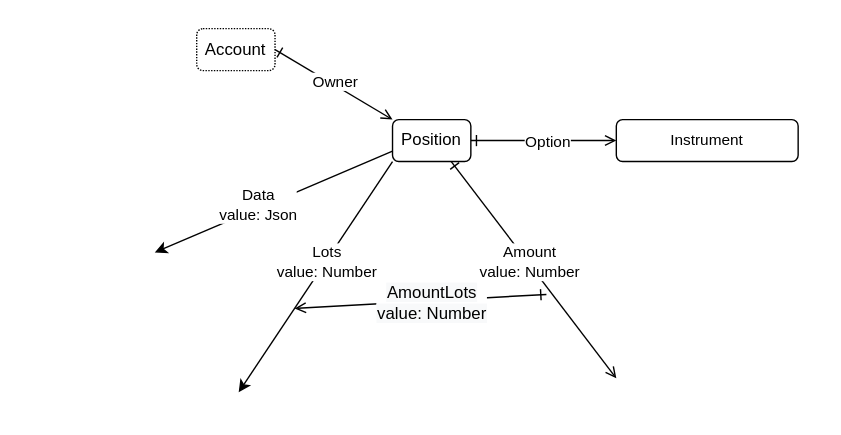
This is src/position/Position.drawio.svg from suenot/deep-tinkoff-invest-api, a draw.io export, as it was before one commit. Source tidied: cells renumbered, new cells last; positions are measured from the earlier drawing's top-left corner, leaving out a move shared by most shapes.
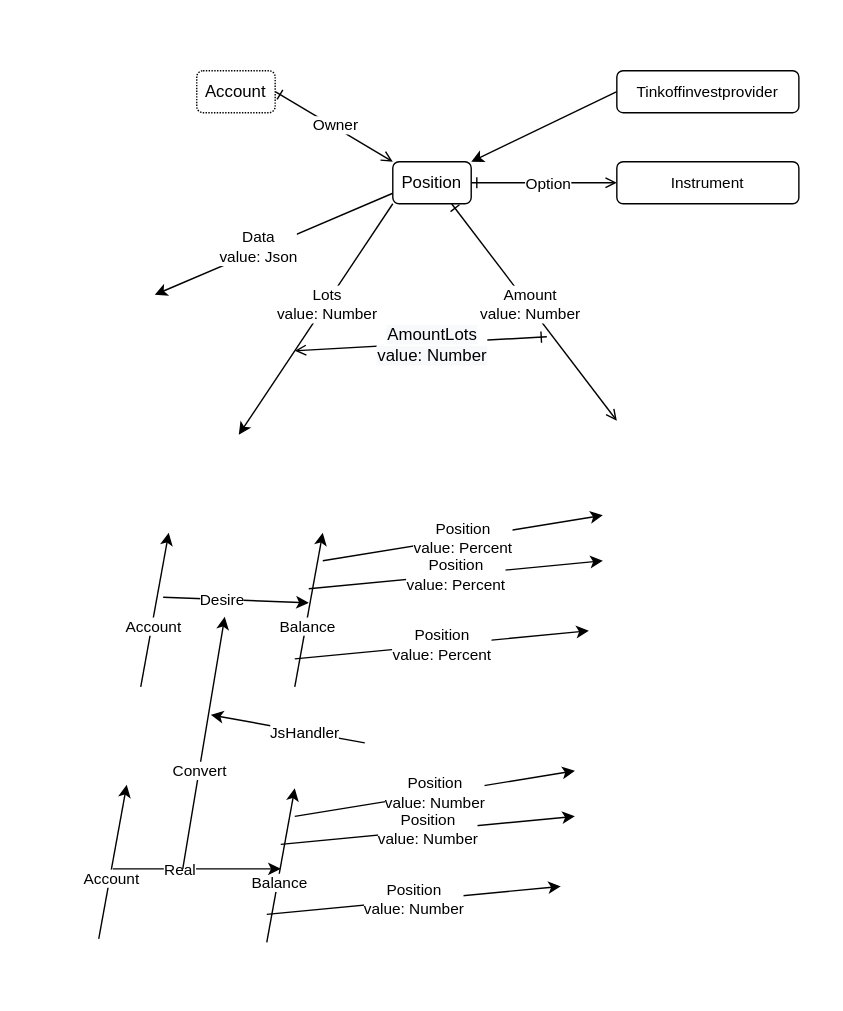
Later version of the same file.

Diff of the diagram source:
```diff
@@ -3,7 +3,7 @@
     <mxCell id="0" />
     <mxCell id="1" parent="0" />
     <mxCell id="2" style="rounded=0;whiteSpace=wrap;html=1;strokeColor=none;" parent="1" vertex="1">
-      <mxGeometry width="600" height="310" as="geometry" />
+      <mxGeometry y="-30" width="600" height="720" as="geometry" />
     </mxCell>
     <mxCell id="3" style="edgeStyle=none;html=1;exitX=1;exitY=0.5;exitDx=0;exitDy=0;startArrow=ERone;startFill=0;entryX=0;entryY=0;entryDx=0;entryDy=0;endArrow=open;endFill=0;" parent="1" edge="1" source="5" target="12">
       <mxGeometry relative="1" as="geometry" />
@@ -59,5 +59,119 @@
     <mxCell id="17" value="&lt;span style=&quot;font-size: 12px ; background-color: rgb(248 , 249 , 250)&quot;&gt;AmountLots&lt;br&gt;value: Number&lt;br&gt;&lt;/span&gt;" style="edgeLabel;html=1;align=center;verticalAlign=middle;" parent="16" vertex="1">
       <mxGeometry x="-0.07" y="1" relative="1" as="geometry" />
     </mxCell>
+    <mxCell id="18" value="Position&lt;br&gt;value: Percent" style="edgeStyle=none;html=1;entryX=0;entryY=0.25;entryDx=0;entryDy=0;" parent="1" edge="1">
+      <mxGeometry relative="1" as="geometry">
+        <mxPoint x="230" y="370" as="sourcePoint" />
+        <mxPoint x="430" y="337.5" as="targetPoint" />
+      </mxGeometry>
+    </mxCell>
+    <mxCell id="19" style="edgeStyle=none;html=1;exitX=0;exitY=0.5;exitDx=0;exitDy=0;entryX=1;entryY=0;entryDx=0;entryDy=0;" parent="1" edge="1" source="20" target="12">
+      <mxGeometry relative="1" as="geometry" />
+    </mxCell>
+    <mxCell id="20" value="&lt;span style=&quot;font-size: 11px ; background-color: rgb(255 , 255 , 255)&quot;&gt;Tinkoffinvestprovider&lt;/span&gt;" style="rounded=1;whiteSpace=wrap;html=1;labelBackgroundColor=none;" parent="1" vertex="1">
+      <mxGeometry x="440" y="20" width="130" height="30" as="geometry" />
+    </mxCell>
+    <mxCell id="21" style="edgeStyle=none;html=1;" parent="1" edge="1">
+      <mxGeometry relative="1" as="geometry">
+        <mxPoint x="116" y="396.1" as="sourcePoint" />
+        <mxPoint x="220" y="400" as="targetPoint" />
+      </mxGeometry>
+    </mxCell>
+    <mxCell id="22" value="Desire" style="edgeLabel;html=1;align=center;verticalAlign=middle;" parent="21" vertex="1">
+      <mxGeometry x="-0.21" relative="1" as="geometry" />
+    </mxCell>
+    <mxCell id="23" style="edgeStyle=none;html=1;" parent="1" edge="1">
+      <mxGeometry relative="1" as="geometry">
+        <mxPoint x="210" y="460" as="sourcePoint" />
+        <mxPoint x="230" y="350" as="targetPoint" />
+      </mxGeometry>
+    </mxCell>
+    <mxCell id="24" value="Balance" style="edgeLabel;html=1;align=center;verticalAlign=middle;" parent="23" vertex="1">
+      <mxGeometry x="-0.21" relative="1" as="geometry" />
+    </mxCell>
+    <mxCell id="25" value="Position&lt;br&gt;value: Percent" style="edgeStyle=none;html=1;" parent="1" edge="1">
+      <mxGeometry relative="1" as="geometry">
+        <mxPoint x="220" y="390" as="sourcePoint" />
+        <mxPoint x="430" y="370" as="targetPoint" />
+      </mxGeometry>
+    </mxCell>
+    <mxCell id="26" value="Position&lt;br&gt;value: Percent" style="edgeStyle=none;html=1;" parent="1" edge="1">
+      <mxGeometry relative="1" as="geometry">
+        <mxPoint x="210" y="440" as="sourcePoint" />
+        <mxPoint x="420" y="420" as="targetPoint" />
+      </mxGeometry>
+    </mxCell>
+    <mxCell id="27" value="Position&lt;br&gt;value: Number" style="edgeStyle=none;html=1;entryX=0;entryY=0.25;entryDx=0;entryDy=0;" parent="1" edge="1">
+      <mxGeometry relative="1" as="geometry">
+        <mxPoint x="210" y="552.5" as="sourcePoint" />
+        <mxPoint x="410" y="520" as="targetPoint" />
+      </mxGeometry>
+    </mxCell>
+    <mxCell id="28" style="edgeStyle=none;html=1;" parent="1" edge="1">
+      <mxGeometry relative="1" as="geometry">
+        <mxPoint x="190" y="642.5" as="sourcePoint" />
+        <mxPoint x="210" y="532.5" as="targetPoint" />
+      </mxGeometry>
+    </mxCell>
+    <mxCell id="29" value="Balance" style="edgeLabel;html=1;align=center;verticalAlign=middle;" parent="28" vertex="1">
+      <mxGeometry x="-0.21" relative="1" as="geometry" />
+    </mxCell>
+    <mxCell id="30" value="Position&lt;br&gt;value: Number" style="edgeStyle=none;html=1;" parent="1" edge="1">
+      <mxGeometry relative="1" as="geometry">
+        <mxPoint x="200" y="572.5" as="sourcePoint" />
+        <mxPoint x="410" y="552.5" as="targetPoint" />
+      </mxGeometry>
+    </mxCell>
+    <mxCell id="31" value="Position&lt;br&gt;value: Number" style="edgeStyle=none;html=1;" parent="1" edge="1">
+      <mxGeometry relative="1" as="geometry">
+        <mxPoint x="190" y="622.5" as="sourcePoint" />
+        <mxPoint x="400" y="602.5" as="targetPoint" />
+      </mxGeometry>
+    </mxCell>
+    <mxCell id="32" style="edgeStyle=none;html=1;" parent="1" edge="1">
+      <mxGeometry relative="1" as="geometry">
+        <mxPoint x="100" y="460" as="sourcePoint" />
+        <mxPoint x="120" y="350" as="targetPoint" />
+      </mxGeometry>
+    </mxCell>
+    <mxCell id="33" value="Account" style="edgeLabel;html=1;align=center;verticalAlign=middle;" parent="32" vertex="1">
+      <mxGeometry x="-0.21" relative="1" as="geometry" />
+    </mxCell>
+    <mxCell id="34" style="edgeStyle=none;html=1;" parent="1" edge="1">
+      <mxGeometry relative="1" as="geometry">
+        <mxPoint x="70" y="640" as="sourcePoint" />
+        <mxPoint x="90" y="530" as="targetPoint" />
+      </mxGeometry>
+    </mxCell>
+    <mxCell id="35" value="Account" style="edgeLabel;html=1;align=center;verticalAlign=middle;" parent="34" vertex="1">
+      <mxGeometry x="-0.21" relative="1" as="geometry" />
+    </mxCell>
+    <mxCell id="36" style="edgeStyle=none;html=1;" parent="1" edge="1">
+      <mxGeometry relative="1" as="geometry">
+        <mxPoint x="80" y="590" as="sourcePoint" />
+        <mxPoint x="200" y="590" as="targetPoint" />
+      </mxGeometry>
+    </mxCell>
+    <mxCell id="37" value="Real" style="edgeLabel;html=1;align=center;verticalAlign=middle;" parent="36" vertex="1">
+      <mxGeometry x="-0.21" relative="1" as="geometry" />
+    </mxCell>
+    <mxCell id="38" style="edgeStyle=none;html=1;" parent="1" edge="1">
+      <mxGeometry relative="1" as="geometry">
+        <mxPoint x="130" y="590" as="sourcePoint" />
+        <mxPoint x="160" y="410" as="targetPoint" />
+      </mxGeometry>
+    </mxCell>
+    <mxCell id="39" value="Convert" style="edgeLabel;html=1;align=center;verticalAlign=middle;" parent="38" vertex="1">
+      <mxGeometry x="-0.21" relative="1" as="geometry" />
+    </mxCell>
+    <mxCell id="40" style="edgeStyle=none;html=1;" parent="1" edge="1">
+      <mxGeometry relative="1" as="geometry">
+        <mxPoint x="260" y="500" as="sourcePoint" />
+        <mxPoint x="150" y="480" as="targetPoint" />
+      </mxGeometry>
+    </mxCell>
+    <mxCell id="41" value="JsHandler" style="edgeLabel;html=1;align=center;verticalAlign=middle;" parent="40" vertex="1">
+      <mxGeometry x="-0.21" relative="1" as="geometry" />
+    </mxCell>
   </root>
 </mxGraphModel>
```
